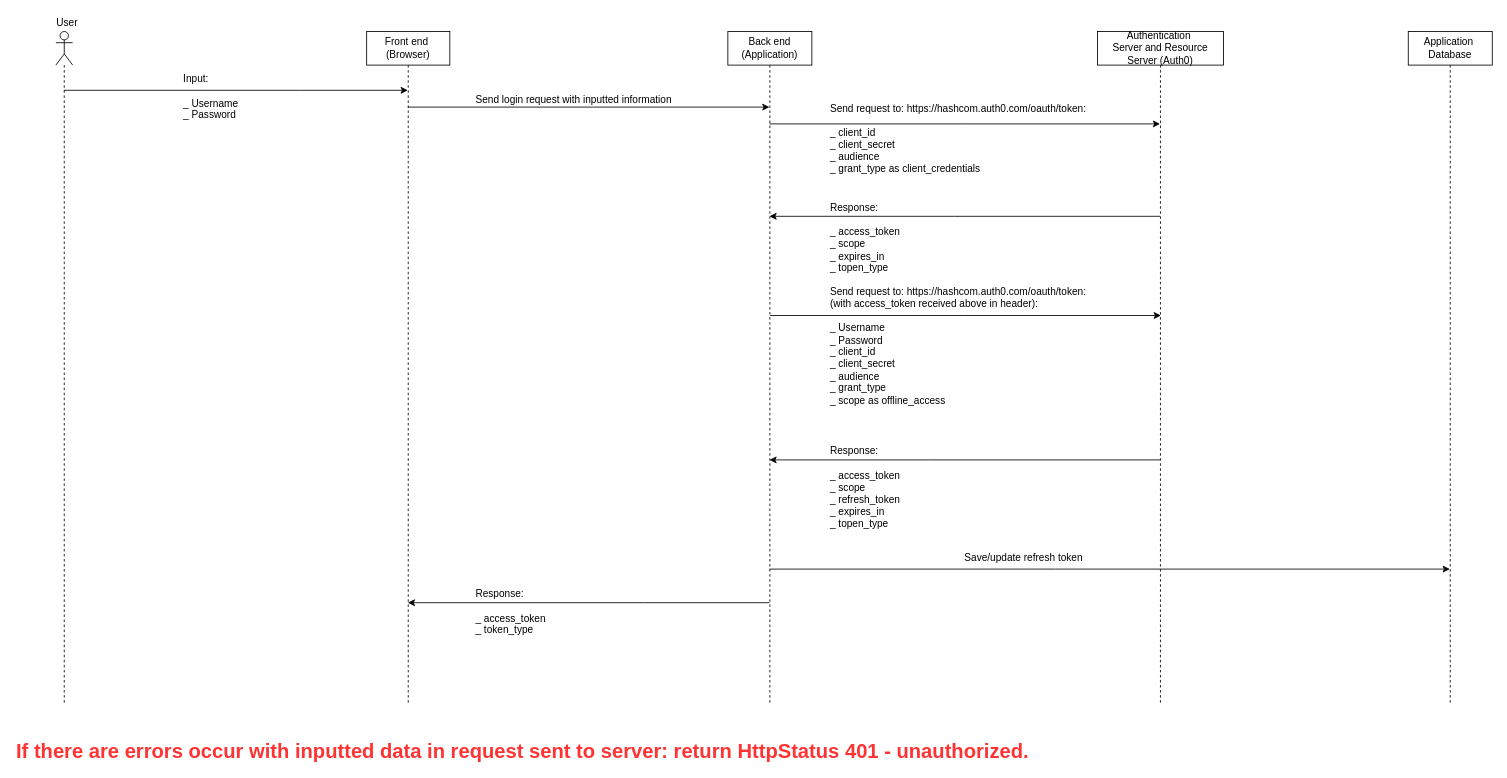
This is Untitled Diagram.drawio from quocq6hcm/HeHeHe, a draw.io file, before an edit. Source tidied: cells renumbered, new cells numbered last; positions are measured from the earlier drawing's top-left corner, leaving out a move shared by most shapes. Both pictures are drawn from the tidied source at 84%, with x=0, y=0 at pixel (14, 14).
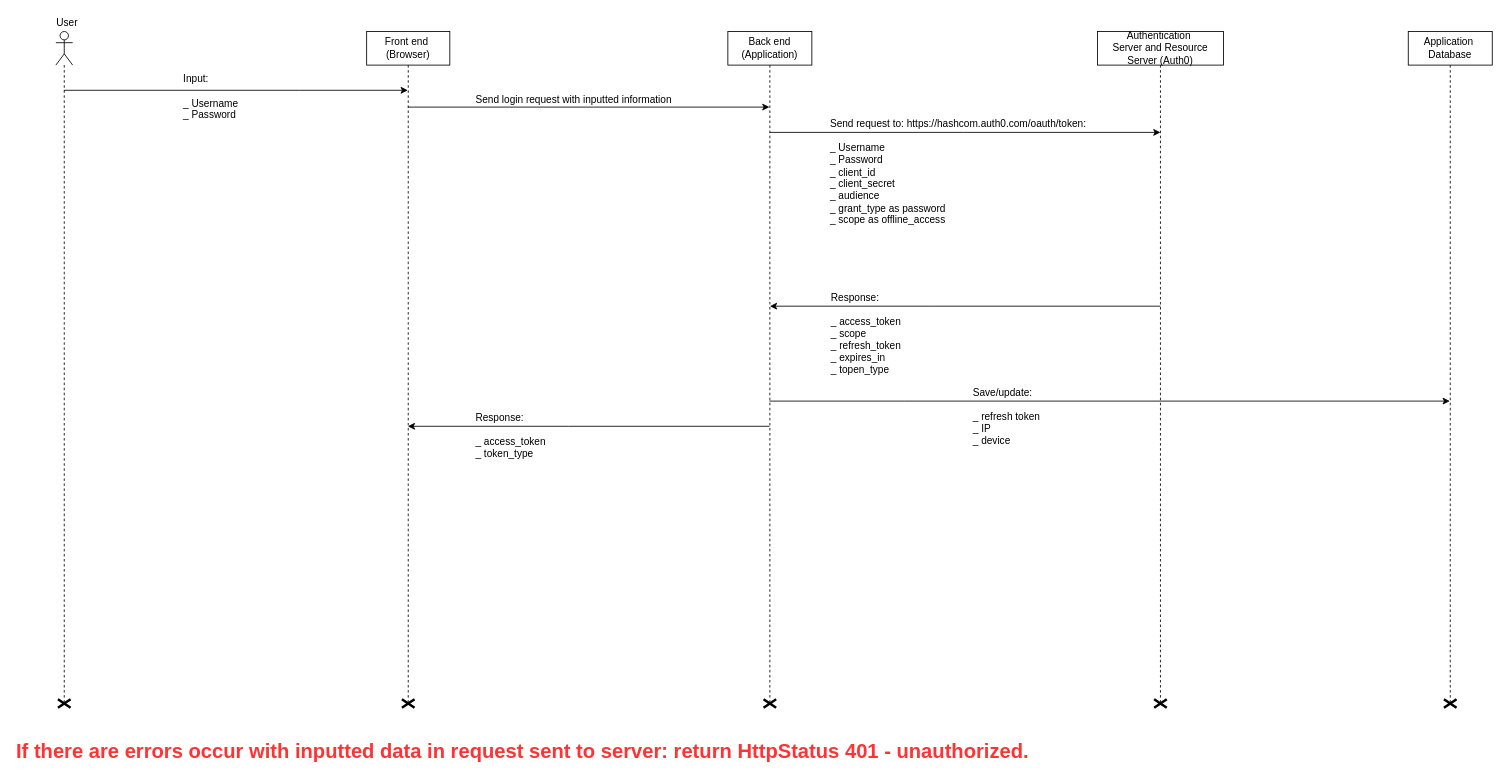
After the change.

Unchanged cells that the change refers to:
```xml
<mxCell id="3" value="Front end&amp;nbsp;&lt;br&gt;(Browser)&lt;br&gt;" style="shape=umlLifeline;perimeter=lifelinePerimeter;whiteSpace=wrap;html=1;outlineConnect=0;" parent="1" vertex="1">
  <mxGeometry x="419" y="20" width="99" height="800" as="geometry" />
</mxCell>
<mxCell id="6" value="Authentication&amp;nbsp;&lt;br&gt;Server and Resource Server (Auth0)&lt;br&gt;" style="shape=umlLifeline;perimeter=lifelinePerimeter;whiteSpace=wrap;html=1;outlineConnect=0;" parent="1" vertex="1">
  <mxGeometry x="1289" y="20" width="150" height="800" as="geometry" />
</mxCell>
<mxCell id="11" value="Back end&lt;br&gt;(Application)&lt;br&gt;" style="shape=umlLifeline;perimeter=lifelinePerimeter;whiteSpace=wrap;html=1;outlineConnect=0;" parent="1" vertex="1">
  <mxGeometry x="849" y="20" width="100" height="800" as="geometry" />
</mxCell>
<mxCell id="21" value="Application&amp;nbsp;&lt;br&gt;Database&lt;br&gt;" style="shape=umlLifeline;perimeter=lifelinePerimeter;whiteSpace=wrap;html=1;outlineConnect=0;" parent="1" vertex="1">
  <mxGeometry x="1659" y="20" width="100" height="800" as="geometry" />
</mxCell>
```

Diff of the diagram source:
```diff
@@
-    <mxCell id="4" style="edgeStyle=orthogonalEdgeStyle;rounded=0;jettySize=auto;html=1;" parent="1" edge="1" source="6" target="11">
-      <mxGeometry relative="1" as="geometry">
-        <Array as="points">
-          <mxPoint x="1119" y="240" />
-          <mxPoint x="1119" y="240" />
-        </Array>
-      </mxGeometry>
-    </mxCell>
-    <mxCell id="5" style="edgeStyle=orthogonalEdgeStyle;rounded=0;jettySize=auto;html=1;" parent="1" edge="1" source="6" target="11">
+    <mxCell id="5" style="edgeStyle=orthogonalEdgeStyle;rounded=0;orthogonalLoop=1;jettySize=auto;html=1;" parent="1" edge="1">
       <mxGeometry relative="1" as="geometry">
+        <mxPoint x="1364" y="347" as="sourcePoint" />
+        <mxPoint x="899" y="347" as="targetPoint" />
         <Array as="points">
-          <mxPoint x="1089" y="530" />
-          <mxPoint x="1089" y="530" />
+          <mxPoint x="1089.5" y="347" />
+          <mxPoint x="1089.5" y="347" />
         </Array>
       </mxGeometry>
     </mxCell>
@@
+    <mxCell id="25" style="shape=umlDestroy;whiteSpace=wrap;html=1;strokeWidth=3;" parent="6" vertex="1">
+      <mxGeometry x="67.5" y="795" width="15" height="10" as="geometry" />
+    </mxCell>
@@
-    <mxCell id="8" style="edgeStyle=orthogonalEdgeStyle;rounded=0;jettySize=auto;html=1;" parent="1" edge="1" source="11" target="6">
-      <mxGeometry relative="1" as="geometry">
-        <Array as="points">
-          <mxPoint x="1129" y="130" />
-          <mxPoint x="1129" y="130" />
-        </Array>
-      </mxGeometry>
-    </mxCell>
-    <mxCell id="9" style="edgeStyle=orthogonalEdgeStyle;rounded=0;jettySize=auto;html=1;" parent="1" edge="1" source="11" target="3">
-      <mxGeometry relative="1" as="geometry">
-        <Array as="points">
-          <mxPoint x="750" y="700" />
-          <mxPoint x="750" y="700" />
-        </Array>
-      </mxGeometry>
-    </mxCell>
     <mxCell id="10" style="edgeStyle=orthogonalEdgeStyle;rounded=0;jettySize=auto;html=1;" parent="1" edge="1" source="11" target="21">
       <mxGeometry relative="1" as="geometry">
         <Array as="points">
-          <mxPoint x="1239" y="660" />
-          <mxPoint x="1239" y="660" />
+          <mxPoint x="1059" y="460" />
+          <mxPoint x="1059" y="460" />
         </Array>
       </mxGeometry>
     </mxCell>
@@
     <mxCell id="14" value="Response:&lt;br&gt;&lt;br&gt;_ access_token&lt;br&gt;_ scope&lt;br&gt;_ refresh_token&lt;br&gt;_ expires_in&lt;br&gt;_ topen_type&lt;br&gt;" style="text;html=1;align=left;verticalAlign=top;spacingTop=-4;" parent="1" vertex="1">
-      <mxGeometry x="969" y="510" width="100" height="100" as="geometry" />
+      <mxGeometry x="969.5" y="327" width="100" height="100" as="geometry" />
     </mxCell>
@@
-    <mxCell id="17" value="Send request to:&amp;nbsp;&lt;span&gt;https://hashcom.auth0.com/oauth/token:&lt;br&gt;&lt;br&gt;_&amp;nbsp;&lt;/span&gt;&lt;span&gt;client_id&lt;/span&gt;&lt;span&gt;&lt;br&gt;&lt;/span&gt;&lt;span&gt;_ client_secret&lt;br&gt;_ audience&lt;br&gt;_ grant_type as&amp;nbsp;&lt;/span&gt;&lt;span&gt;client_credentials&lt;/span&gt;&lt;br&gt;" style="text;html=1;align=left;verticalAlign=top;spacingTop=-4;" parent="1" vertex="1">
-      <mxGeometry x="969" y="102" width="320" height="90" as="geometry" />
-    </mxCell>
-    <mxCell id="18" value="Response:&lt;br&gt;&lt;br&gt;_ access_token&lt;br&gt;_ scope&lt;br&gt;_ expires_in&lt;br&gt;_ topen_type&lt;br&gt;" style="text;html=1;align=left;verticalAlign=top;spacingTop=-4;" parent="1" vertex="1">
-      <mxGeometry x="969" y="220" width="100" height="90" as="geometry" />
-    </mxCell>
     <mxCell id="19" style="edgeStyle=orthogonalEdgeStyle;rounded=0;orthogonalLoop=1;jettySize=auto;html=1;" parent="1" edge="1">
       <mxGeometry relative="1" as="geometry">
-        <mxPoint x="899.3" y="358.1" as="sourcePoint" />
-        <mxPoint x="1364.5" y="358.1" as="targetPoint" />
+        <mxPoint x="898.8" y="140.1" as="sourcePoint" />
+        <mxPoint x="1364" y="140.1" as="targetPoint" />
         <Array as="points">
-          <mxPoint x="1130" y="358" />
-          <mxPoint x="1130" y="358" />
+          <mxPoint x="1129.5" y="140" />
+          <mxPoint x="1129.5" y="140" />
         </Array>
       </mxGeometry>
     </mxCell>
-    <mxCell id="20" value="Send request to:&amp;nbsp;&lt;span&gt;https://hashcom.auth0.com/oauth/token: &lt;br&gt;(with access_token received above in header):&lt;br&gt;&lt;/span&gt;&lt;br&gt;_ Username&lt;br&gt;_ Password&lt;br&gt;_&amp;nbsp;client_id&lt;br&gt;_ client_secret&lt;br&gt;_ audience&lt;br&gt;_ grant_type&lt;br&gt;_ scope as&amp;nbsp;offline_access&lt;br&gt;" style="text;html=1;align=left;verticalAlign=top;spacingTop=-4;" parent="1" vertex="1">
-      <mxGeometry x="969" y="320" width="320" height="140" as="geometry" />
+    <mxCell id="20" value="Send request to:&amp;nbsp;&lt;span&gt;https://hashcom.auth0.com/oauth/token: &lt;br&gt;&lt;/span&gt;&lt;br&gt;_ Username&lt;br&gt;_ Password&lt;br&gt;_&amp;nbsp;client_id&lt;br&gt;_ client_secret&lt;br&gt;_ audience&lt;br&gt;_ grant_type as password&lt;br&gt;_ scope as&amp;nbsp;offline_access&lt;br&gt;" style="text;html=1;align=left;verticalAlign=top;spacingTop=-4;" parent="1" vertex="1">
+      <mxGeometry x="968.5" y="120" width="320" height="130" as="geometry" />
     </mxCell>
@@
-    <mxCell id="22" value="Save/update&amp;nbsp;refresh token&amp;nbsp;" style="text;html=1;align=left;verticalAlign=top;spacingTop=-4;" parent="1" vertex="1">
-      <mxGeometry x="1129" y="637" width="160" height="20" as="geometry" />
+    <mxCell id="22" value="Save/update:&lt;br&gt;&lt;br&gt;_ refresh token&amp;nbsp;&lt;br&gt;_ IP&lt;br&gt;_ device&lt;br&gt;" style="text;html=1;align=left;verticalAlign=top;spacingTop=-4;" parent="1" vertex="1">
+      <mxGeometry x="1139" y="440" width="100" height="70" as="geometry" />
     </mxCell>
+    <mxCell id="24" value="&lt;font style=&quot;font-size: 24px&quot; color=&quot;#ff3333&quot;&gt;If there are errors occur with inputted data in request sent to server: return HttpStatus 401 - unauthorized.&lt;/font&gt;&lt;br&gt;" style="text;html=1;align=left;verticalAlign=top;spacingTop=-4;fontStyle=1;" parent="1" vertex="1">
+      <mxGeometry y="860" width="1130" height="20" as="geometry" />
+    </mxCell>
     <mxCell id="23" value="Response:&lt;br&gt;&lt;br&gt;_ access_token&lt;br&gt;_ token_type&lt;br&gt;" style="text;html=1;align=left;verticalAlign=top;spacingTop=-4;" parent="1" vertex="1">
-      <mxGeometry x="547" y="680" width="100" height="60" as="geometry" />
+      <mxGeometry x="547" y="470" width="100" height="60" as="geometry" />
     </mxCell>
-    <mxCell id="24" value="&lt;font style=&quot;font-size: 24px&quot; color=&quot;#ff3333&quot;&gt;If there are errors occur with inputted data in request sent to server: return HttpStatus 401 - unauthorized.&lt;/font&gt;&lt;br&gt;" style="text;html=1;align=left;verticalAlign=top;spacingTop=-4;fontStyle=1;" parent="1" vertex="1">
-      <mxGeometry y="860" width="1130" height="20" as="geometry" />
-    </mxCell>
+    <mxCell id="9" style="edgeStyle=orthogonalEdgeStyle;rounded=0;jettySize=auto;html=1;" parent="1" edge="1" source="11" target="3">
+      <mxGeometry relative="1" as="geometry">
+        <Array as="points">
+          <mxPoint x="659" y="490" />
+          <mxPoint x="659" y="490" />
+        </Array>
+      </mxGeometry>
+    </mxCell>
+    <mxCell id="26" style="shape=umlDestroy;whiteSpace=wrap;html=1;strokeWidth=3;" parent="1" vertex="1">
+      <mxGeometry x="51.5" y="815" width="15" height="10" as="geometry" />
+    </mxCell>
+    <mxCell id="27" style="shape=umlDestroy;whiteSpace=wrap;html=1;strokeWidth=3;" parent="1" vertex="1">
+      <mxGeometry x="461" y="815" width="15" height="10" as="geometry" />
+    </mxCell>
+    <mxCell id="28" style="shape=umlDestroy;whiteSpace=wrap;html=1;strokeWidth=3;" parent="1" vertex="1">
+      <mxGeometry x="891.5" y="815" width="15" height="10" as="geometry" />
+    </mxCell>
+    <mxCell id="29" style="shape=umlDestroy;whiteSpace=wrap;html=1;strokeWidth=3;" parent="1" vertex="1">
+      <mxGeometry x="1701.5" y="815" width="15" height="10" as="geometry" />
+    </mxCell>
```
